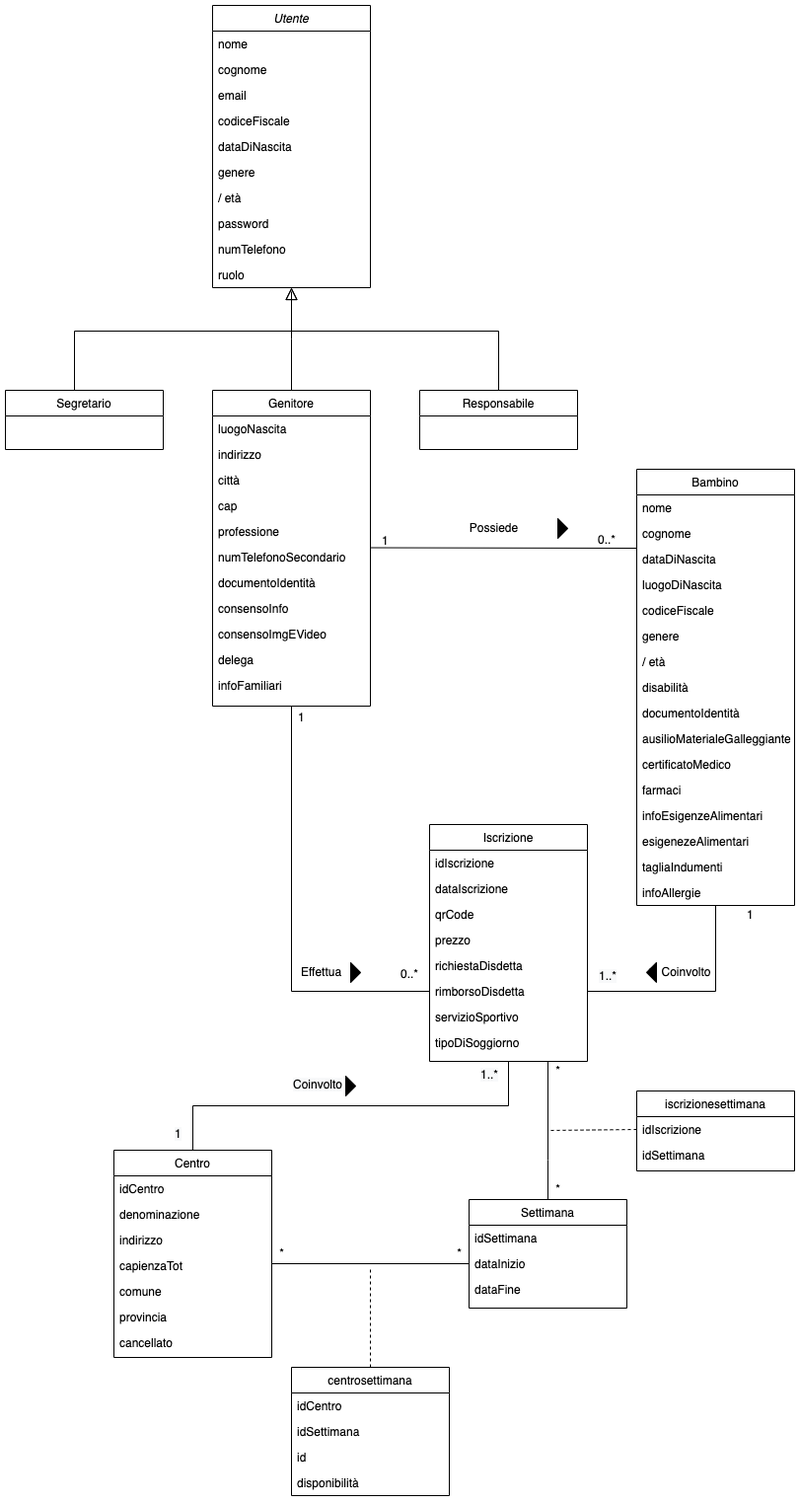
Above: Test/ClassDiagram_SC_V2.drawio.png in carminelau/SummerCampV2.0 (draw.io), before the change. Source tidied: cells renumbered, new cells last; positions are measured from the earlier drawing's top-left corner, leaving out a move shared by most shapes.
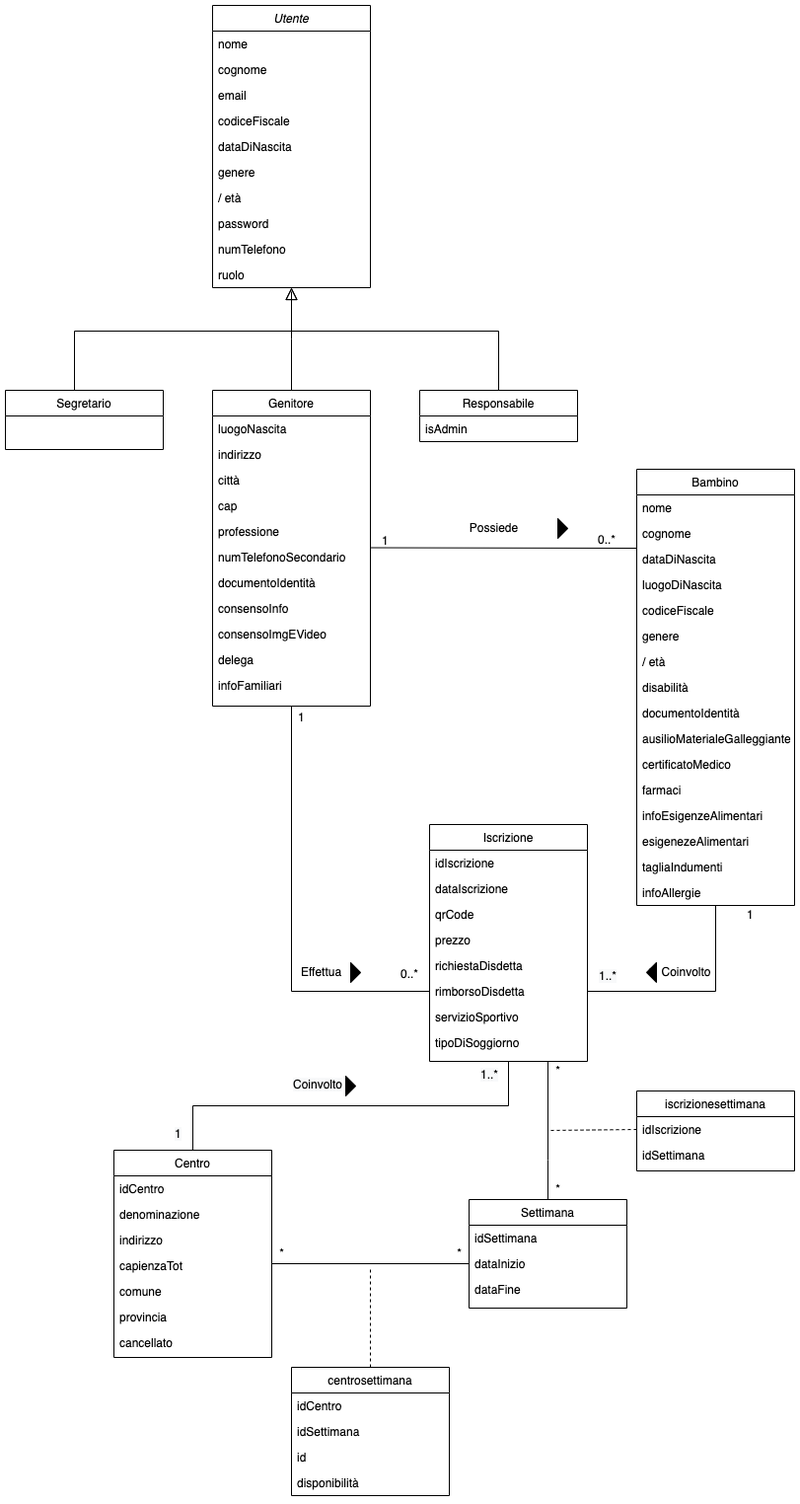
Above is the later version.

Commit message:
Update Class Diagram

The edit, as a diff of the source:
```diff
@@ -75,8 +75,11 @@
       <mxGeometry relative="1" as="geometry" />
     </mxCell>
     <mxCell id="26" value="Responsabile" style="swimlane;fontStyle=0;align=center;verticalAlign=top;horizontal=1;startSize=26;rounded=0;shadow=0;strokeWidth=1;" parent="1" vertex="1">
-      <mxGeometry x="420" y="390" width="160" height="60" as="geometry" />
+      <mxGeometry x="420" y="390" width="160" height="52" as="geometry" />
     </mxCell>
+    <mxCell id="104" value="isAdmin" style="text;align=left;verticalAlign=top;spacingLeft=4;spacingRight=4;overflow=hidden;" parent="26" vertex="1">
+      <mxGeometry y="26" width="160" height="26" as="geometry" />
+    </mxCell>
     <mxCell id="27" style="endArrow=block;endSize=10;endFill=0;shadow=0;strokeWidth=1;rounded=0;edgeStyle=elbowEdgeStyle;elbow=vertical;" parent="1" edge="1" source="26" target="2">
       <mxGeometry relative="1" as="geometry">
         <Array as="points">
```
